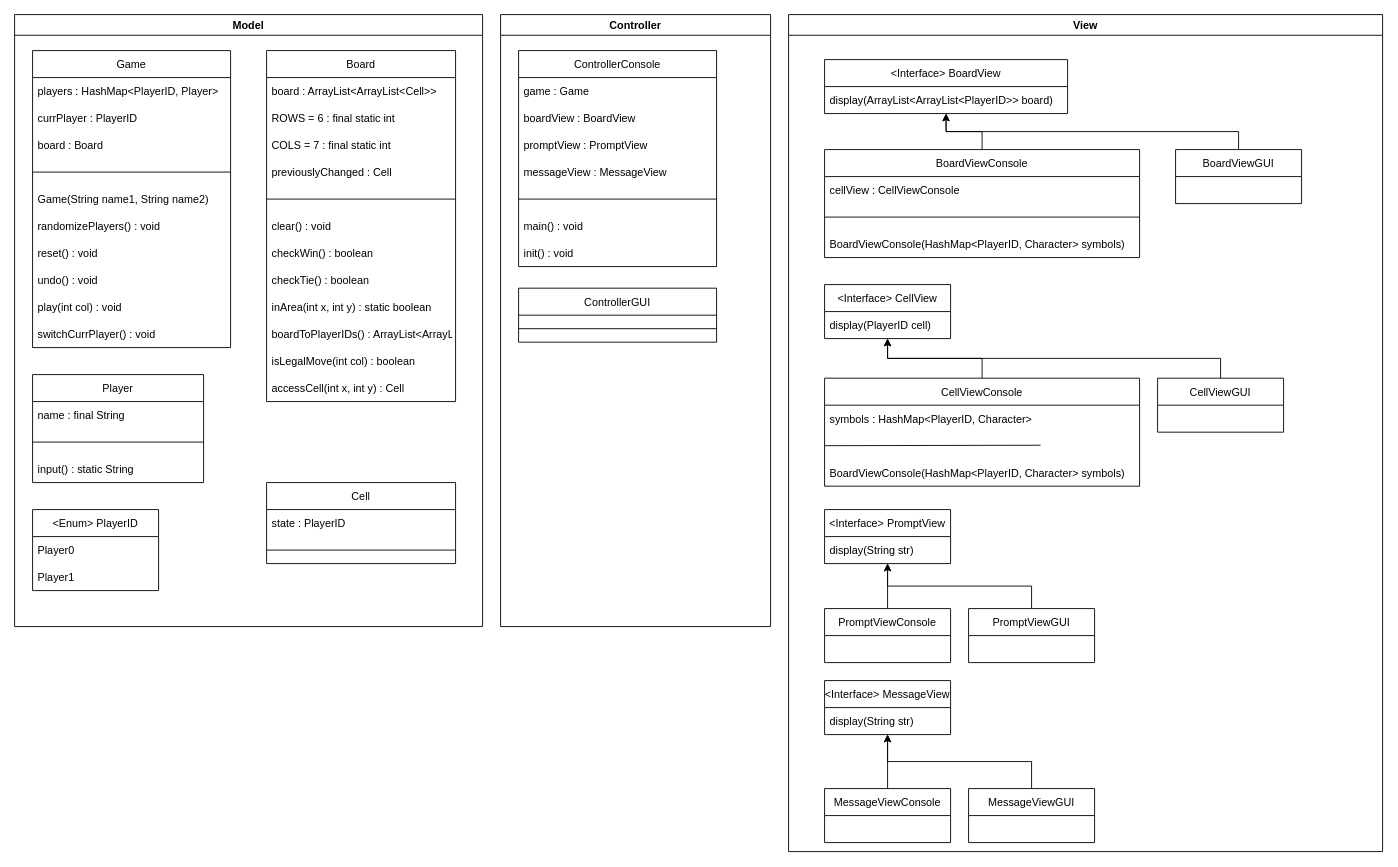
s-prechtl/sprechtl_jweissen_viergewinnt keeps this draw.io diagram as Documentation/viergewinnt.drawio. Above is the earlier version. Source tidied: cells renumbered, new cells numbered last; positions are measured from the earlier drawing's top-left corner, leaving out a move shared by most shapes. Both pictures are drawn from the tidied source at 90%, with x=0, y=0 at pixel (14, 14).
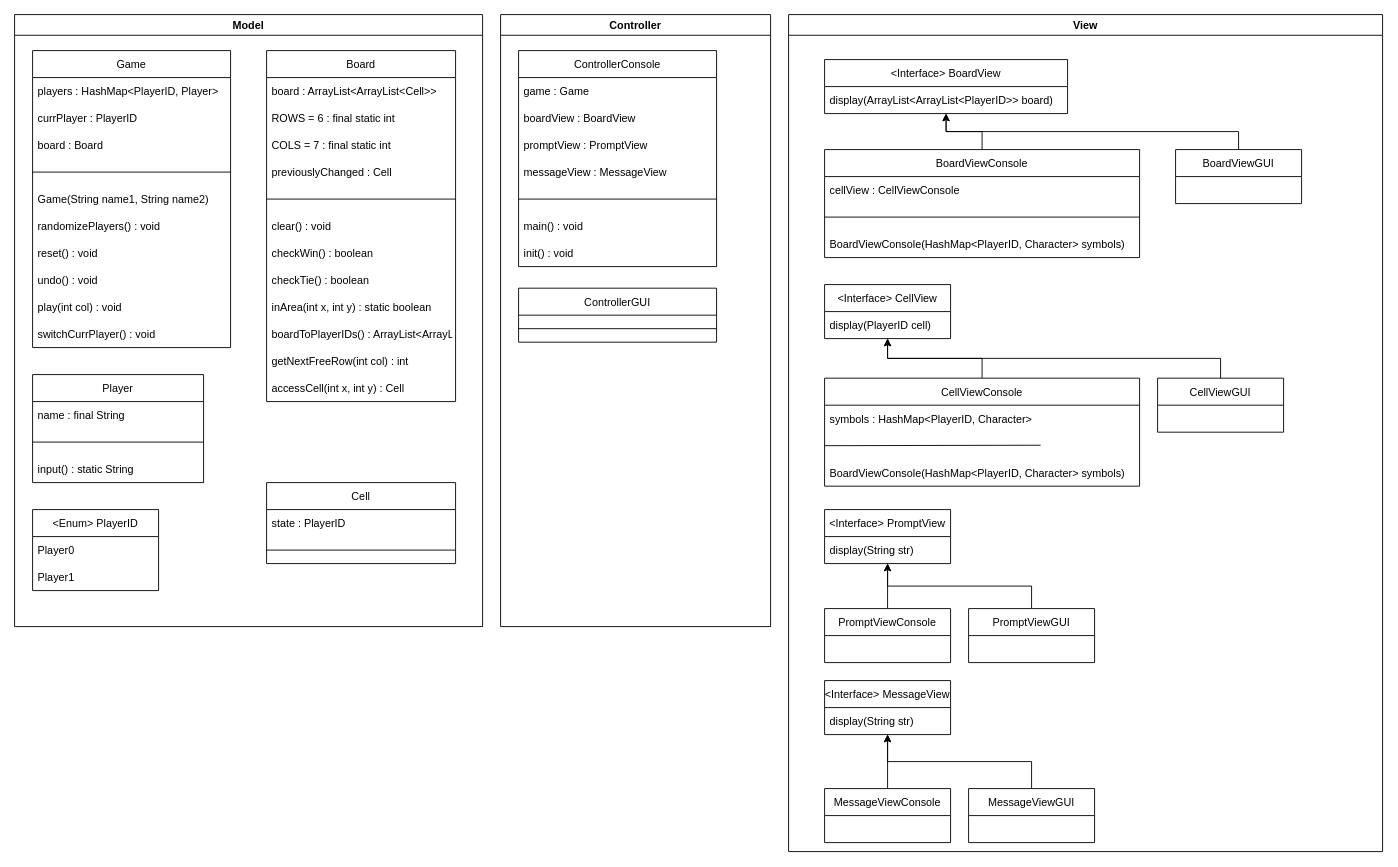
Above is the later version.

Commit message:
Anpassungen Klassendiagramm

The change refers to these unchanged cells:
```xml
<mxCell id="12" value="Board" style="swimlane;fontStyle=0;horizontal=1;startSize=30;" parent="2" vertex="1">
  <mxGeometry x="280" y="40" width="210" height="390" as="geometry" />
</mxCell>
```

The edit, as a diff of the source:
```diff
@@
-    <mxCell id="24" value="isLegalMove(int col) : boolean" style="text;strokeColor=none;fillColor=none;align=left;verticalAlign=middle;spacingLeft=4;spacingRight=4;overflow=hidden;" parent="12" vertex="1">
+    <mxCell id="24" value="getNextFreeRow(int col) : int" style="text;strokeColor=none;fillColor=none;align=left;verticalAlign=middle;spacingLeft=4;spacingRight=4;overflow=hidden;" parent="12" vertex="1">
       <mxGeometry y="330" width="210" height="30" as="geometry" />
     </mxCell>
```
